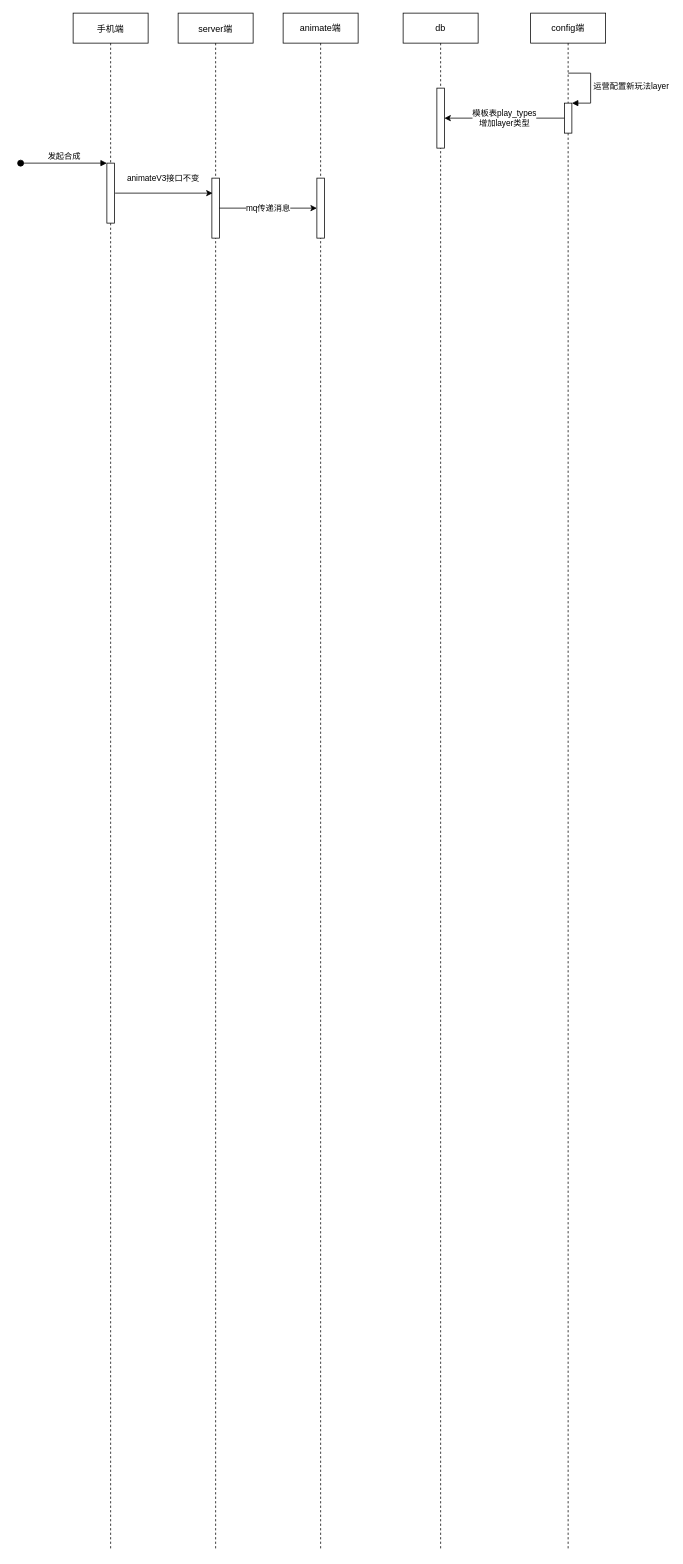
Above: 新玩法layer顺序图.drawio in milletzhu/datasource (draw.io), before the change. Source tidied: cells renumbered, new cells numbered last; positions are measured from the earlier drawing's top-left corner, leaving out a move shared by most shapes. Both pictures are drawn from the tidied source at 75%, with x=0, y=0 at pixel (20, 13).
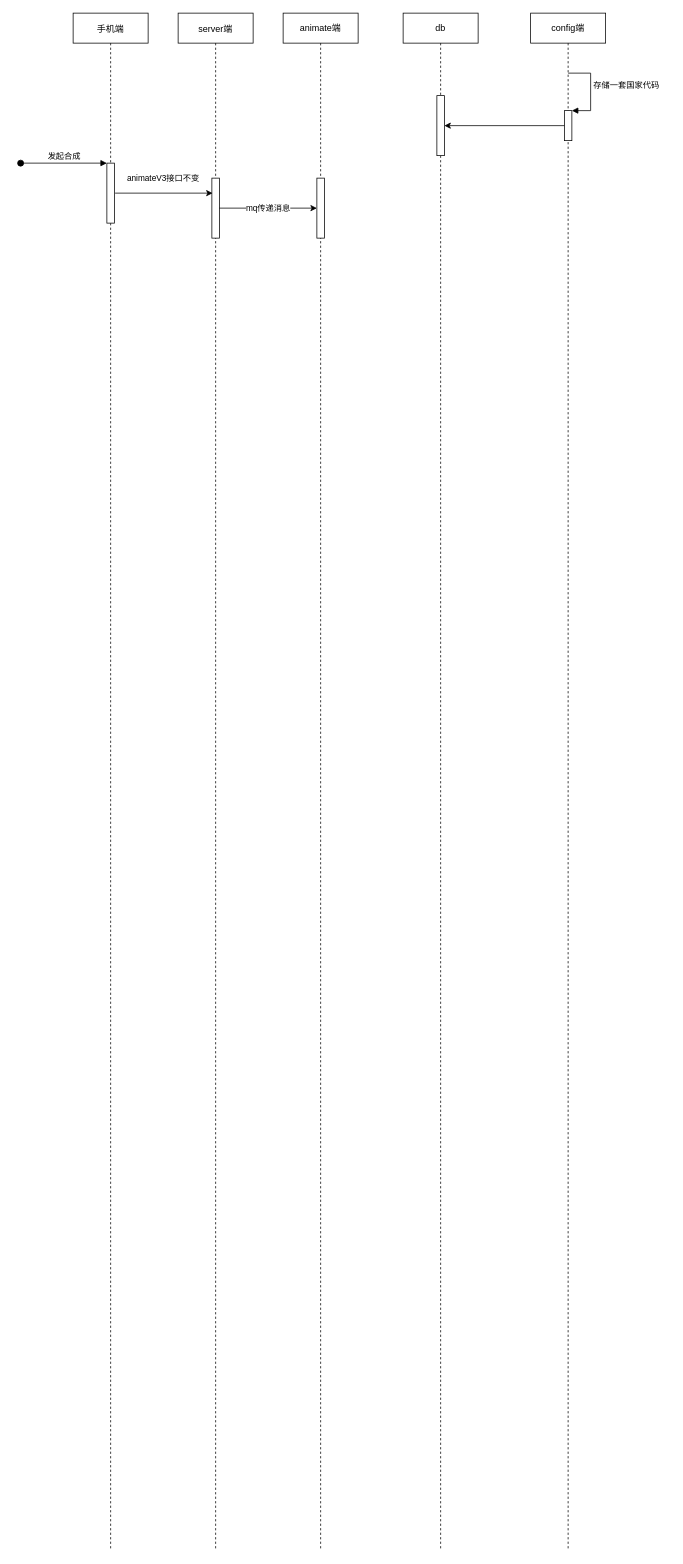
After the change.

Commit message:
国家配置下发顺序图.drawio

The change refers to these unchanged cells:
```xml
<mxCell id="9" value="db" style="shape=umlLifeline;perimeter=lifelinePerimeter;whiteSpace=wrap;html=1;" parent="1" vertex="1">
  <mxGeometry x="510" width="100" height="2050" as="geometry" />
</mxCell>
<mxCell id="11" value="config端" style="shape=umlLifeline;perimeter=lifelinePerimeter;whiteSpace=wrap;html=1;" parent="1" vertex="1">
  <mxGeometry x="680" width="100" height="2050" as="geometry" />
</mxCell>
```

The edit, as a diff of the source:
```diff
@@
     <mxCell id="10" style="html=1;points=[];perimeter=orthogonalPerimeter;" parent="9" vertex="1">
-      <mxGeometry x="45" y="100" width="10" height="80" as="geometry" />
+      <mxGeometry x="45" y="110" width="10" height="80" as="geometry" />
     </mxCell>
@@
     <mxCell id="12" style="html=1;points=[];perimeter=orthogonalPerimeter;" parent="11" vertex="1">
-      <mxGeometry x="45" y="120" width="10" height="40" as="geometry" />
+      <mxGeometry x="45" y="130" width="10" height="40" as="geometry" />
     </mxCell>
-    <mxCell id="13" value="运营配置新玩法layer&lt;br&gt;" style="edgeStyle=orthogonalEdgeStyle;html=1;align=left;spacingLeft=2;endArrow=block;rounded=0;entryX=1;entryY=0;" parent="11" edge="1" target="12">
+    <mxCell id="13" value="&#10;&lt;span style=&quot;color: rgb(0, 0, 0); font-family: Helvetica; font-size: 11px; font-style: normal; font-variant-ligatures: normal; font-variant-caps: normal; font-weight: 400; letter-spacing: normal; orphans: 2; text-align: left; text-indent: 0px; text-transform: none; widows: 2; word-spacing: 0px; -webkit-text-stroke-width: 0px; background-color: rgb(255, 255, 255); text-decoration-thickness: initial; text-decoration-style: initial; text-decoration-color: initial; float: none; display: inline !important;&quot;&gt;存储一套国家代码&lt;/span&gt;&#10;&#10;" style="edgeStyle=orthogonalEdgeStyle;html=1;align=left;spacingLeft=2;endArrow=block;rounded=0;entryX=1;entryY=0;" parent="11" edge="1" target="12">
       <mxGeometry relative="1" as="geometry">
         <mxPoint x="50" y="80" as="sourcePoint" />
         <Array as="points">
           <mxPoint x="80" y="80" />
         </Array>
       </mxGeometry>
     </mxCell>
-    <mxCell id="14" value="&lt;span style=&quot;color: rgb(0, 0, 0); font-family: Helvetica; font-size: 11px; font-style: normal; font-variant-ligatures: normal; font-variant-caps: normal; font-weight: 400; letter-spacing: normal; orphans: 2; text-align: left; text-indent: 0px; text-transform: none; widows: 2; word-spacing: 0px; -webkit-text-stroke-width: 0px; background-color: rgb(255, 255, 255); text-decoration-thickness: initial; text-decoration-style: initial; text-decoration-color: initial; float: none; display: inline !important;&quot;&gt;模板表play_types&lt;br&gt;增加layer类型&lt;/span&gt;&lt;br&gt;" style="edgeStyle=orthogonalEdgeStyle;rounded=0;jettySize=auto;html=1;" parent="1" edge="1" source="12" target="10">
-      <mxGeometry relative="1" as="geometry" />
-    </mxCell>
@@
+    <mxCell id="14" style="edgeStyle=orthogonalEdgeStyle;rounded=0;jettySize=auto;html=1;" parent="1" edge="1" source="12" target="10">
+      <mxGeometry relative="1" as="geometry" />
+    </mxCell>
```
